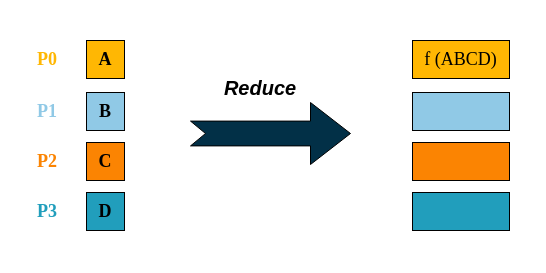
This is drawio/ch-mpi/reduce.drawio from godaai/scale-py-zh, a draw.io file, before an edit. Source tidied: cells renumbered, new cells numbered last; positions are measured from the earlier drawing's top-left corner, leaving out a move shared by most shapes. Both pictures are drawn from the tidied source at 100%, with x=0, y=0 at pixel (17, 17).
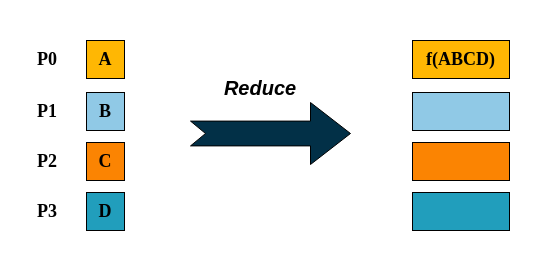
The same page after the edit.

Diff of the diagram source:
```diff
@@
 <mxGraphModel>
   <root>
     <mxCell id="0" />
     <mxCell id="1" parent="0" />
     <mxCell id="2" style="rounded=0;whiteSpace=wrap;html=1;strokeColor=none;fillColor=none;" parent="1" vertex="1">
       <mxGeometry x="9" width="503" height="239" as="geometry" />
     </mxCell>
     <mxCell id="3" value="&lt;font style=&quot;font-size: 18px;&quot; face=&quot;Times New Roman&quot;&gt;&lt;b&gt;A&lt;/b&gt;&lt;/font&gt;" style="whiteSpace=wrap;html=1;fillColor=#FFB703;" parent="1" vertex="1">
       <mxGeometry x="69" y="23" width="38" height="38" as="geometry" />
     </mxCell>
     <mxCell id="4" value="&lt;font face=&quot;Times New Roman&quot;&gt;&lt;span style=&quot;font-size: 18px;&quot;&gt;&lt;b&gt;B&lt;/b&gt;&lt;/span&gt;&lt;/font&gt;" style="whiteSpace=wrap;html=1;fillColor=#90C9E6;" parent="1" vertex="1">
       <mxGeometry x="69" y="75" width="38" height="38" as="geometry" />
     </mxCell>
     <mxCell id="5" value="&lt;font face=&quot;Times New Roman&quot;&gt;&lt;span style=&quot;font-size: 18px;&quot;&gt;&lt;b&gt;C&lt;/b&gt;&lt;/span&gt;&lt;/font&gt;" style="whiteSpace=wrap;html=1;fillColor=#FB8402;" parent="1" vertex="1">
       <mxGeometry x="69" y="125" width="38" height="38" as="geometry" />
     </mxCell>
     <mxCell id="6" value="&lt;font face=&quot;Times New Roman&quot;&gt;&lt;span style=&quot;font-size: 18px;&quot;&gt;&lt;b&gt;D&lt;/b&gt;&lt;/span&gt;&lt;/font&gt;" style="whiteSpace=wrap;html=1;fillColor=#219EBC;" parent="1" vertex="1">
       <mxGeometry x="69" y="175" width="38" height="38" as="geometry" />
     </mxCell>
-    <mxCell id="7" value="&lt;font color=&quot;#ffb703&quot; style=&quot;font-size: 18px;&quot; face=&quot;Times New Roman&quot;&gt;&lt;b&gt;P0&lt;/b&gt;&lt;/font&gt;" style="text;html=1;strokeColor=none;fillColor=none;align=center;verticalAlign=middle;whiteSpace=wrap;rounded=0;" parent="1" vertex="1">
+    <mxCell id="7" value="&lt;font style=&quot;font-size: 18px;&quot; face=&quot;Times New Roman&quot;&gt;&lt;b&gt;P0&lt;/b&gt;&lt;/font&gt;" style="text;html=1;strokeColor=none;fillColor=none;align=center;verticalAlign=middle;whiteSpace=wrap;rounded=0;fontColor=#000000;" parent="1" vertex="1">
       <mxGeometry y="27" width="60" height="30" as="geometry" />
     </mxCell>
-    <mxCell id="8" value="&lt;font color=&quot;#90c9e6&quot; style=&quot;font-size: 18px;&quot; face=&quot;Times New Roman&quot;&gt;&lt;b&gt;P1&lt;/b&gt;&lt;/font&gt;" style="text;html=1;strokeColor=none;fillColor=none;align=center;verticalAlign=middle;whiteSpace=wrap;rounded=0;" parent="1" vertex="1">
+    <mxCell id="8" value="&lt;font style=&quot;font-size: 18px;&quot; face=&quot;Times New Roman&quot;&gt;&lt;b&gt;P1&lt;/b&gt;&lt;/font&gt;" style="text;html=1;strokeColor=none;fillColor=none;align=center;verticalAlign=middle;whiteSpace=wrap;rounded=0;fontColor=#000000;" parent="1" vertex="1">
       <mxGeometry y="79" width="60" height="30" as="geometry" />
     </mxCell>
-    <mxCell id="9" value="&lt;font color=&quot;#fb8402&quot; style=&quot;font-size: 18px;&quot; face=&quot;Times New Roman&quot;&gt;&lt;b&gt;P2&lt;/b&gt;&lt;/font&gt;" style="text;html=1;strokeColor=none;fillColor=none;align=center;verticalAlign=middle;whiteSpace=wrap;rounded=0;" parent="1" vertex="1">
+    <mxCell id="9" value="&lt;font style=&quot;font-size: 18px;&quot; face=&quot;Times New Roman&quot;&gt;&lt;b&gt;P2&lt;/b&gt;&lt;/font&gt;" style="text;html=1;strokeColor=none;fillColor=none;align=center;verticalAlign=middle;whiteSpace=wrap;rounded=0;fontColor=#000000;" parent="1" vertex="1">
       <mxGeometry y="129" width="60" height="30" as="geometry" />
     </mxCell>
-    <mxCell id="10" value="&lt;font color=&quot;#219ebc&quot; style=&quot;font-size: 18px;&quot; face=&quot;Times New Roman&quot;&gt;&lt;b&gt;P3&lt;/b&gt;&lt;/font&gt;" style="text;html=1;strokeColor=none;fillColor=none;align=center;verticalAlign=middle;whiteSpace=wrap;rounded=0;" parent="1" vertex="1">
+    <mxCell id="10" value="&lt;font style=&quot;font-size: 18px;&quot; face=&quot;Times New Roman&quot;&gt;&lt;b&gt;P3&lt;/b&gt;&lt;/font&gt;" style="text;html=1;strokeColor=none;fillColor=none;align=center;verticalAlign=middle;whiteSpace=wrap;rounded=0;fontColor=#000000;" parent="1" vertex="1">
       <mxGeometry y="179" width="60" height="30" as="geometry" />
     </mxCell>
     <mxCell id="11" style="html=1;shadow=0;dashed=0;align=center;verticalAlign=middle;shape=mxgraph.arrows2.arrow;dy=0.6;dx=40;notch=15;fillColor=#023047;" parent="1" vertex="1">
       <mxGeometry x="173" y="85" width="160" height="62" as="geometry" />
     </mxCell>
     <mxCell id="12" value="&lt;font style=&quot;font-size: 20px;&quot;&gt;&lt;b style=&quot;&quot;&gt;&lt;i style=&quot;&quot;&gt;Reduce&lt;br&gt;&lt;/i&gt;&lt;/b&gt;&lt;/font&gt;" style="text;html=1;strokeColor=none;fillColor=none;align=center;verticalAlign=middle;whiteSpace=wrap;rounded=0;" parent="1" vertex="1">
       <mxGeometry x="176" y="55" width="134" height="30" as="geometry" />
     </mxCell>
-    <mxCell id="13" value="&lt;font face=&quot;Times New Roman&quot; style=&quot;font-size: 18px;&quot;&gt;f (ABCD)&lt;/font&gt;" style="rounded=0;whiteSpace=wrap;html=1;fillColor=#FFB703;" parent="1" vertex="1">
+    <mxCell id="13" value="&lt;font face=&quot;Times New Roman&quot; style=&quot;font-size: 18px;&quot;&gt;&lt;b style=&quot;&quot;&gt;f(ABCD)&lt;/b&gt;&lt;/font&gt;" style="rounded=0;whiteSpace=wrap;html=1;fillColor=#FFB703;" parent="1" vertex="1">
       <mxGeometry x="395" y="23" width="97" height="38" as="geometry" />
     </mxCell>
     <mxCell id="14" style="rounded=0;whiteSpace=wrap;html=1;fillColor=#90C9E6;" parent="1" vertex="1">
       <mxGeometry x="395" y="75" width="97" height="38" as="geometry" />
     </mxCell>
     <mxCell id="15" style="rounded=0;whiteSpace=wrap;html=1;fillColor=#FB8402;" parent="1" vertex="1">
       <mxGeometry x="395" y="125" width="97" height="38" as="geometry" />
     </mxCell>
     <mxCell id="16" style="rounded=0;whiteSpace=wrap;html=1;fillColor=#219EBC;" parent="1" vertex="1">
       <mxGeometry x="395" y="175" width="97" height="38" as="geometry" />
     </mxCell>
   </root>
 </mxGraphModel>
```
